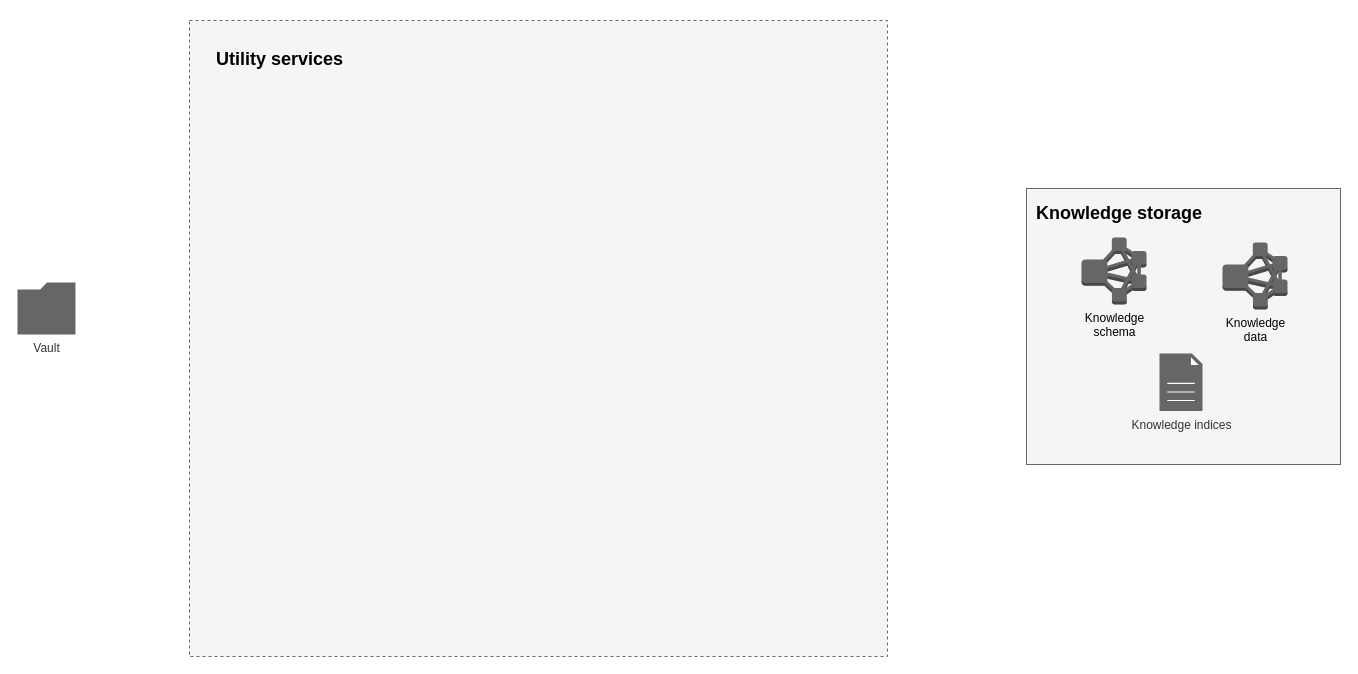
Before: page "Utility services" (5 of 6) of KnowledgeArchitecture.drawio in supriyopaul/diagrams, a draw.io diagram. Source tidied: cells renumbered, new cells numbered last; positions are measured from the earlier drawing's top-left corner, leaving out a move shared by most shapes. Both pictures are drawn from the tidied source at 100%, with x=0, y=0 at pixel (17, 20).
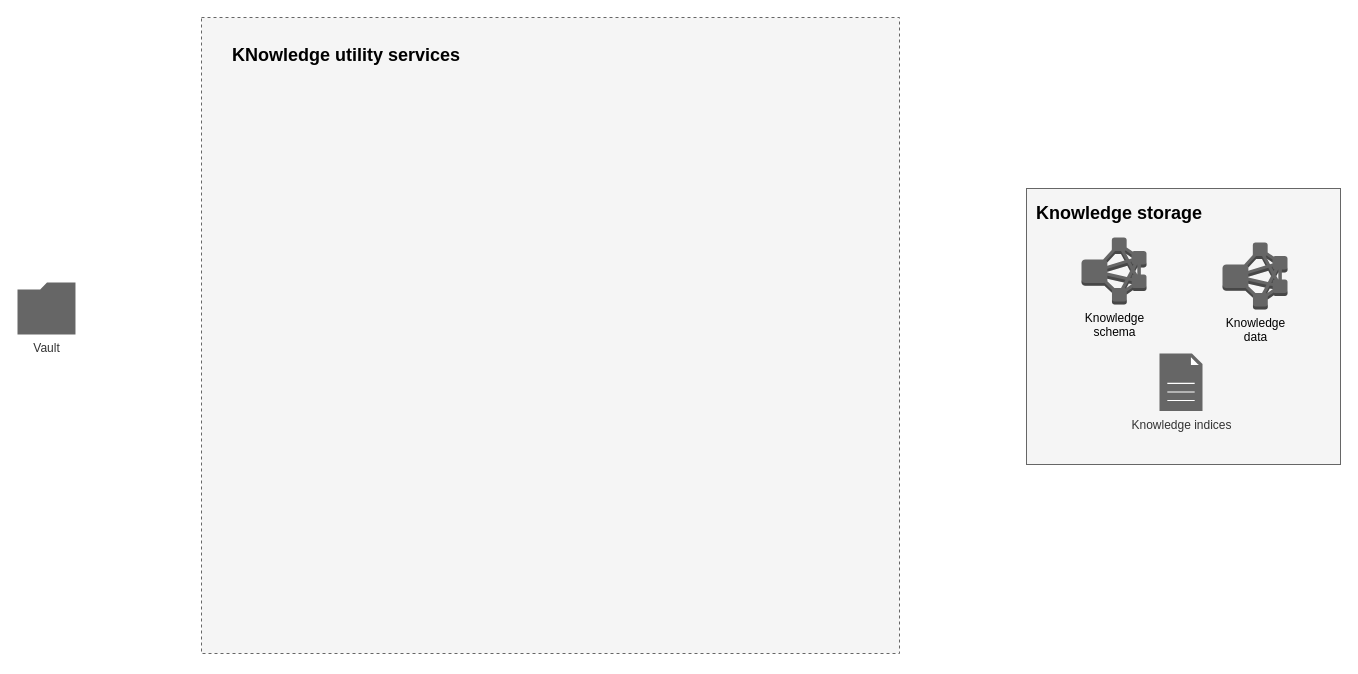
The same diagram, later.

Change to the diagram source:
```diff
@@
 <mxGraphModel>
   <root>
     <mxCell id="0" />
     <mxCell id="1" parent="0" />
     <mxCell id="2" style="rounded=0;whiteSpace=wrap;html=1;fillColor=#f5f5f5;strokeColor=#666666;dashed=1;fontColor=#333333;" parent="1" vertex="1">
-      <mxGeometry x="172" width="698" height="636" as="geometry" />
+      <mxGeometry x="184" y="-3" width="698" height="636" as="geometry" />
     </mxCell>
     <mxCell id="3" style="group;strokeColor=default;" parent="1" vertex="1">
       <mxGeometry x="1009" y="168" width="314" height="276" as="geometry" />
     </mxCell>
     <mxCell id="4" style="group;fillColor=#f5f5f5;strokeColor=#666666;fontStyle=0;" parent="3" vertex="1">
       <mxGeometry width="314" height="276" as="geometry" />
     </mxCell>
     <mxCell id="5" value="Knowledge&lt;br&gt;schema" style="dashed=0;verticalLabelPosition=bottom;verticalAlign=top;align=center;html=1;shape=mxgraph.aws3.emr_cluster;fontSize=12;fillColor=#666666;strokeColor=#36393d;fontStyle=0;" parent="3" vertex="1">
       <mxGeometry x="55" y="49" width="65" height="67" as="geometry" />
     </mxCell>
     <mxCell id="6" value="Knowledge&lt;br&gt;data" style="dashed=0;verticalLabelPosition=bottom;verticalAlign=top;align=center;html=1;shape=mxgraph.aws3.emr_cluster;fontSize=12;fillColor=#666666;strokeColor=#36393d;fontStyle=0;" parent="3" vertex="1">
       <mxGeometry x="196" y="54" width="65" height="67" as="geometry" />
     </mxCell>
     <mxCell id="7" value="Knowledge indices" style="sketch=0;shadow=0;dashed=0;html=1;strokeColor=#666666;fillColor=#666666;labelPosition=center;verticalLabelPosition=bottom;verticalAlign=top;align=center;shape=mxgraph.veeam2.file;fontColor=#333333;" parent="3" vertex="1">
       <mxGeometry x="133" y="165" width="43" height="57.5" as="geometry" />
     </mxCell>
     <mxCell id="8" value="&lt;h1&gt;&lt;font style=&quot;font-size: 18px;&quot;&gt;Knowledge storage&lt;/font&gt;&lt;/h1&gt;" style="text;html=1;strokeColor=none;fillColor=none;spacing=5;spacingTop=-20;whiteSpace=wrap;overflow=hidden;rounded=0;" parent="3" vertex="1">
       <mxGeometry x="5" y="3" width="216" height="46" as="geometry" />
     </mxCell>
     <mxCell id="9" value="Vault" style="sketch=0;shadow=0;dashed=0;html=1;strokeColor=#666666;fillColor=#666666;labelPosition=center;verticalLabelPosition=bottom;verticalAlign=top;align=center;shape=mxgraph.veeam2.folder;fontColor=#333333;" parent="1" vertex="1">
       <mxGeometry y="262" width="58" height="52" as="geometry" />
     </mxCell>
-    <mxCell id="10" value="&lt;h1&gt;&lt;font style=&quot;font-size: 18px;&quot;&gt;Utility services&lt;/font&gt;&lt;/h1&gt;" style="text;html=1;strokeColor=none;fillColor=none;spacing=5;spacingTop=-20;whiteSpace=wrap;overflow=hidden;rounded=0;" parent="1" vertex="1">
-      <mxGeometry x="194" y="17" width="188" height="41" as="geometry" />
+    <mxCell id="10" value="&lt;h1&gt;&lt;font style=&quot;font-size: 18px;&quot;&gt;KNowledge utility services&lt;/font&gt;&lt;/h1&gt;" style="text;html=1;strokeColor=none;fillColor=none;spacing=5;spacingTop=-20;whiteSpace=wrap;overflow=hidden;rounded=0;" parent="1" vertex="1">
+      <mxGeometry x="210" y="13" width="274" height="41" as="geometry" />
     </mxCell>
   </root>
 </mxGraphModel>
```
